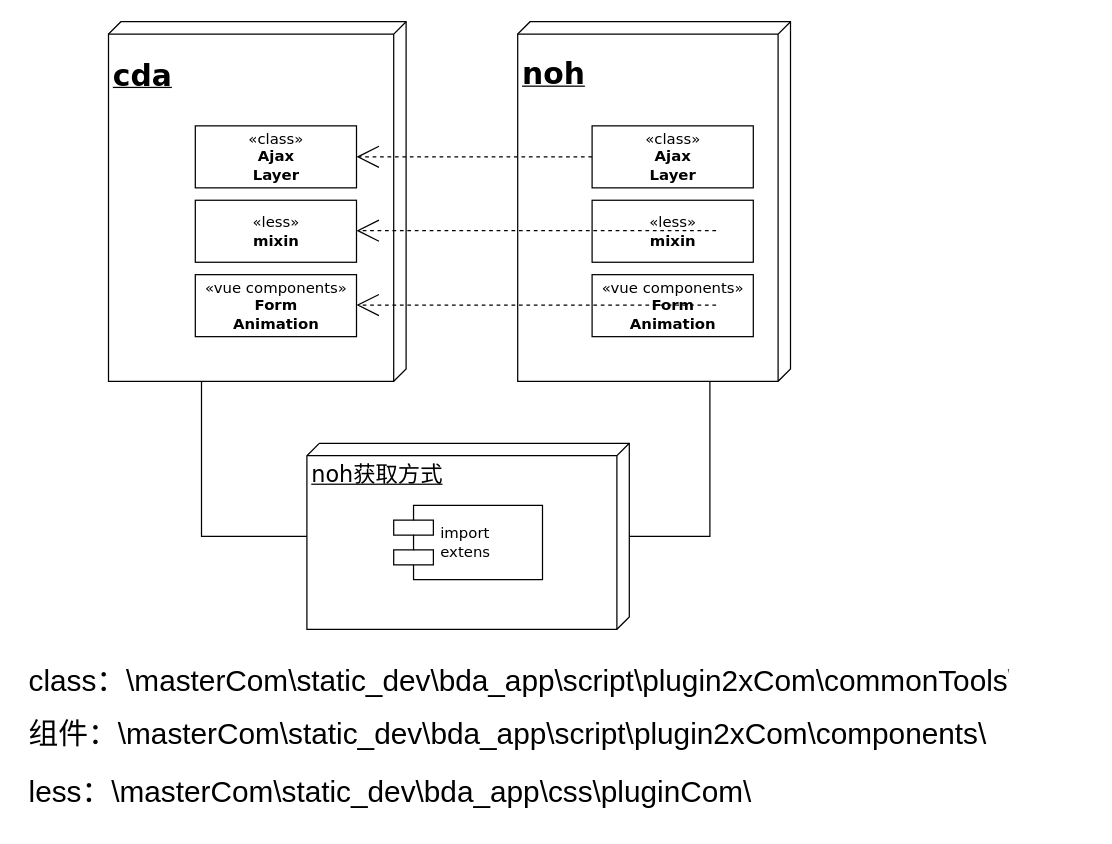
Before: Untitled Diagram.drawio in wait-for-the-wind/diagrams, a draw.io diagram. Source tidied: cells renumbered, new cells numbered last; positions are measured from the earlier drawing's top-left corner, leaving out a move shared by most shapes. Both pictures are drawn from the tidied source at 124%, with x=0, y=0 at pixel (21, 21).
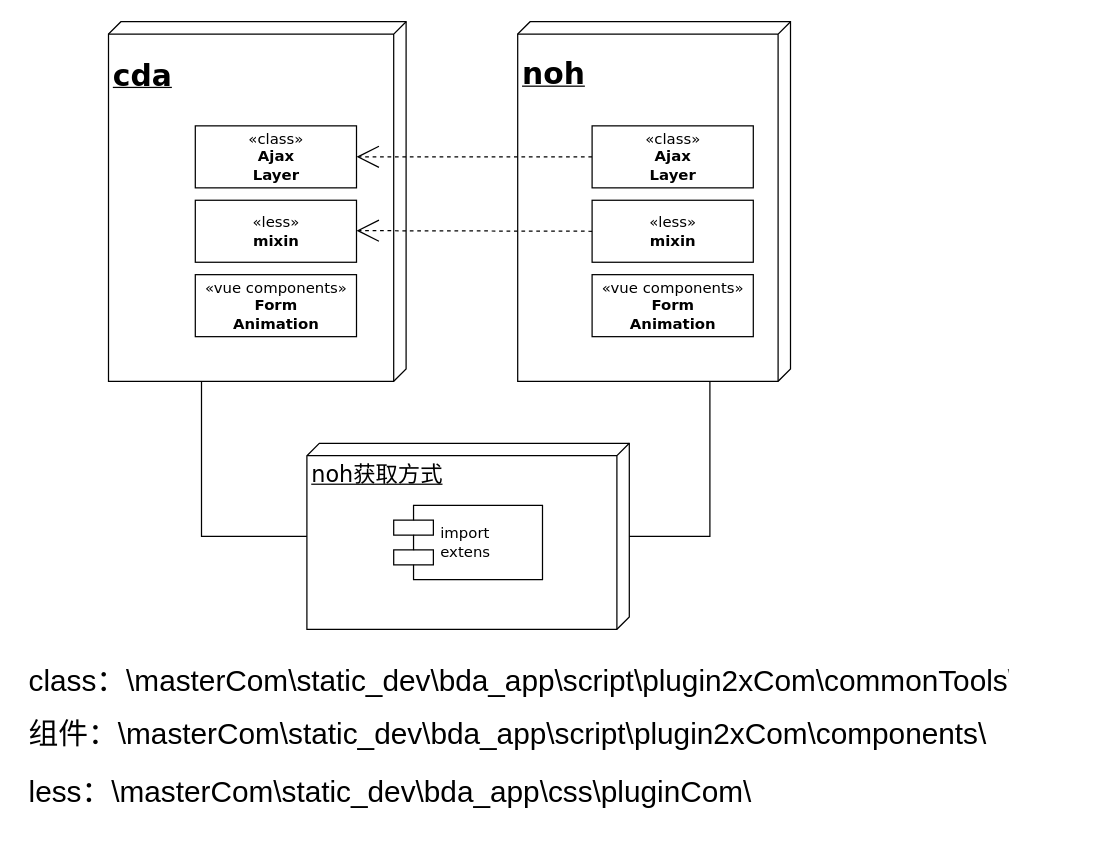
The same page after the edit.

Unchanged cells that the change refers to:
```xml
<mxCell id="13" value="«less»&lt;br&gt;&lt;b&gt;mixin&lt;br&gt;&lt;/b&gt;" style="html=1;rounded=0;shadow=0;comic=0;labelBackgroundColor=none;strokeWidth=1;fontFamily=Verdana;fontSize=12;align=center;" parent="1" vertex="1">
  <mxGeometry x="460" y="144" width="130" height="50" as="geometry" />
</mxCell>
```

Change to the diagram source:
```diff
@@
-    <mxCell id="15" style="edgeStyle=none;rounded=0;html=1;dashed=1;labelBackgroundColor=none;startArrow=none;startFill=0;startSize=8;endArrow=open;endFill=0;endSize=16;fontFamily=Verdana;fontSize=12;entryX=1;entryY=0.5;entryDx=0;entryDy=0;exitX=0;exitY=0.5;exitDx=0;exitDy=0;" parent="1" edge="1">
+    <mxCell id="15" style="edgeStyle=none;rounded=0;html=1;dashed=1;labelBackgroundColor=none;startArrow=none;startFill=0;startSize=8;endArrow=open;endFill=0;endSize=16;fontFamily=Verdana;fontSize=12;entryX=1;entryY=0.5;entryDx=0;entryDy=0;exitX=0;exitY=0.5;exitDx=0;exitDy=0;" parent="1" edge="1" source="13">
       <mxGeometry relative="1" as="geometry">
-        <mxPoint x="560" y="168.5" as="sourcePoint" />
         <mxPoint x="270" y="168.5" as="targetPoint" />
       </mxGeometry>
     </mxCell>
-    <mxCell id="16" style="edgeStyle=none;rounded=0;html=1;dashed=1;labelBackgroundColor=none;startArrow=none;startFill=0;startSize=8;endArrow=open;endFill=0;endSize=16;fontFamily=Verdana;fontSize=12;entryX=1;entryY=0.5;entryDx=0;entryDy=0;exitX=0;exitY=0.5;exitDx=0;exitDy=0;" parent="1" edge="1">
-      <mxGeometry relative="1" as="geometry">
-        <mxPoint x="560" y="228.5" as="sourcePoint" />
-        <mxPoint x="270" y="228.5" as="targetPoint" />
-      </mxGeometry>
-    </mxCell>
```
